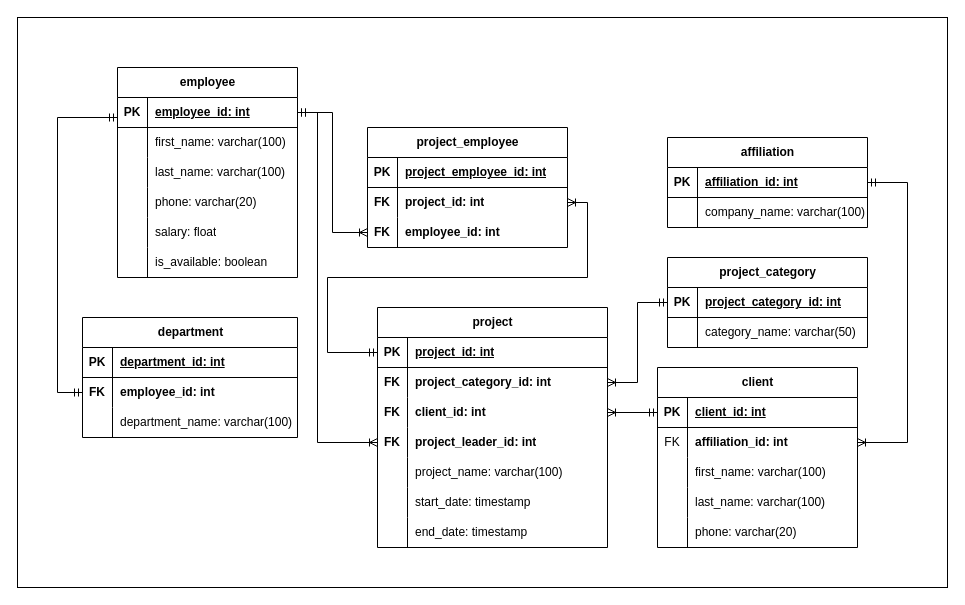
The draw.io diagram erd/pacproject-erd.drawio in blitzkz23/it-consultant-db-design, before the edit. Source tidied: cells renumbered, new cells numbered last; positions are measured from the earlier drawing's top-left corner, leaving out a move shared by most shapes. Both pictures are drawn from the tidied source at 100%, with x=0, y=0 at pixel (17, 17).
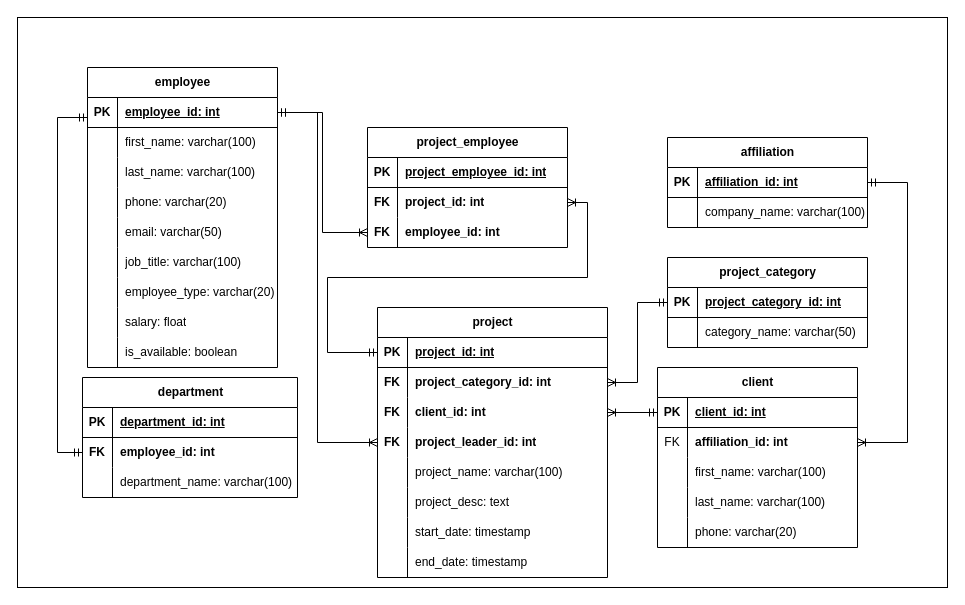
Above is the later version.

Commit message (it also covers changes not shown here):
feat: add more fields to existing table

Unchanged cells that the change refers to:
```xml
<mxCell id="26" style="shape=tableRow;horizontal=0;startSize=0;swimlaneHead=0;swimlaneBody=0;fillColor=none;points=[[0,0.5],[1,0.5]];portConstraint=eastwest;top=0;left=0;right=0;bottom=0;" parent="22" vertex="1">
  <mxGeometry y="60" width="215" height="30" as="geometry" />
</mxCell>
```

Change to the diagram source:
```diff
@@
     <mxCell id="3" value="employee" style="shape=table;startSize=30;childLayout=tableLayout;rowLines=0;fontStyle=1;align=center;html=1;" parent="1" vertex="1">
-      <mxGeometry x="100" y="50" width="180" height="210" as="geometry" />
+      <mxGeometry x="70" y="50" width="190" height="300" as="geometry" />
     </mxCell>
     <mxCell id="4" style="shape=tableRow;horizontal=0;startSize=0;swimlaneHead=0;swimlaneBody=0;fillColor=none;points=[[0,0.5],[1,0.5]];portConstraint=eastwest;top=0;left=0;right=0;bottom=1;" parent="3" vertex="1">
-      <mxGeometry y="30" width="180" height="30" as="geometry" />
+      <mxGeometry y="30" width="190" height="30" as="geometry" />
     </mxCell>
@@
     <mxCell id="6" value="employee_id: int" style="shape=partialRectangle;fillColor=none;top=0;left=0;bottom=0;right=0;align=left;spacingLeft=6;fontStyle=5;overflow=hidden;whiteSpace=wrap;html=1;" parent="4" vertex="1">
-      <mxGeometry x="30" width="150" height="30" as="geometry" />
+      <mxGeometry x="30" width="160" height="30" as="geometry" />
     </mxCell>
     <mxCell id="7" style="shape=tableRow;horizontal=0;startSize=0;swimlaneHead=0;swimlaneBody=0;fillColor=none;top=0;left=0;right=0;bottom=0;" parent="3" vertex="1">
-      <mxGeometry y="60" width="180" height="30" as="geometry" />
+      <mxGeometry y="60" width="190" height="30" as="geometry" />
     </mxCell>
@@
     <mxCell id="9" value="first_name: varchar(100)&lt;span style=&quot;white-space: pre;&quot;&gt; &lt;/span&gt;" style="shape=partialRectangle;fillColor=none;top=0;left=0;bottom=0;right=0;align=left;spacingLeft=6;overflow=hidden;whiteSpace=wrap;html=1;" parent="7" vertex="1">
-      <mxGeometry x="30" width="150" height="30" as="geometry" />
+      <mxGeometry x="30" width="160" height="30" as="geometry" />
     </mxCell>
     <mxCell id="10" style="shape=tableRow;horizontal=0;startSize=0;swimlaneHead=0;swimlaneBody=0;fillColor=none;top=0;left=0;right=0;bottom=0;" parent="3" vertex="1">
-      <mxGeometry y="90" width="180" height="30" as="geometry" />
+      <mxGeometry y="90" width="190" height="30" as="geometry" />
     </mxCell>
@@
     <mxCell id="12" value="last_name: varchar(100)" style="shape=partialRectangle;fillColor=none;top=0;left=0;bottom=0;right=0;align=left;spacingLeft=6;overflow=hidden;whiteSpace=wrap;html=1;" parent="10" vertex="1">
-      <mxGeometry x="30" width="150" height="30" as="geometry" />
+      <mxGeometry x="30" width="160" height="30" as="geometry" />
     </mxCell>
     <mxCell id="13" style="shape=tableRow;horizontal=0;startSize=0;swimlaneHead=0;swimlaneBody=0;fillColor=none;top=0;left=0;right=0;bottom=0;" parent="3" vertex="1">
-      <mxGeometry y="120" width="180" height="30" as="geometry" />
+      <mxGeometry y="120" width="190" height="30" as="geometry" />
     </mxCell>
@@
     <mxCell id="15" value="phone: varchar(20)" style="shape=partialRectangle;fillColor=none;top=0;left=0;bottom=0;right=0;align=left;spacingLeft=6;overflow=hidden;whiteSpace=wrap;html=1;" parent="13" vertex="1">
-      <mxGeometry x="30" width="150" height="30" as="geometry" />
+      <mxGeometry x="30" width="160" height="30" as="geometry" />
     </mxCell>
+    <mxCell id="101" style="shape=tableRow;horizontal=0;startSize=0;swimlaneHead=0;swimlaneBody=0;fillColor=none;top=0;left=0;right=0;bottom=0;" parent="3" vertex="1">
+      <mxGeometry y="150" width="190" height="30" as="geometry" />
+    </mxCell>
+    <mxCell id="102" style="shape=partialRectangle;fillColor=none;top=0;left=0;bottom=0;right=0;overflow=hidden;whiteSpace=wrap;html=1;" parent="101" vertex="1">
+      <mxGeometry width="30" height="30" as="geometry" />
+    </mxCell>
+    <mxCell id="103" value="email: varchar(50)" style="shape=partialRectangle;fillColor=none;top=0;left=0;bottom=0;right=0;align=left;spacingLeft=6;overflow=hidden;whiteSpace=wrap;html=1;" parent="101" vertex="1">
+      <mxGeometry x="30" width="160" height="30" as="geometry" />
+    </mxCell>
+    <mxCell id="104" style="shape=tableRow;horizontal=0;startSize=0;swimlaneHead=0;swimlaneBody=0;fillColor=none;top=0;left=0;right=0;bottom=0;" parent="3" vertex="1">
+      <mxGeometry y="180" width="190" height="30" as="geometry" />
+    </mxCell>
+    <mxCell id="105" style="shape=partialRectangle;fillColor=none;top=0;left=0;bottom=0;right=0;overflow=hidden;whiteSpace=wrap;html=1;" parent="104" vertex="1">
+      <mxGeometry width="30" height="30" as="geometry" />
+    </mxCell>
+    <mxCell id="106" value="job_title: varchar(100)" style="shape=partialRectangle;fillColor=none;top=0;left=0;bottom=0;right=0;align=left;spacingLeft=6;overflow=hidden;whiteSpace=wrap;html=1;" parent="104" vertex="1">
+      <mxGeometry x="30" width="160" height="30" as="geometry" />
+    </mxCell>
+    <mxCell id="107" style="shape=tableRow;horizontal=0;startSize=0;swimlaneHead=0;swimlaneBody=0;fillColor=none;top=0;left=0;right=0;bottom=0;" parent="3" vertex="1">
+      <mxGeometry y="210" width="190" height="30" as="geometry" />
+    </mxCell>
+    <mxCell id="108" style="shape=partialRectangle;fillColor=none;top=0;left=0;bottom=0;right=0;overflow=hidden;whiteSpace=wrap;html=1;" parent="107" vertex="1">
+      <mxGeometry width="30" height="30" as="geometry" />
+    </mxCell>
+    <mxCell id="109" value="employee_type: varchar(20)" style="shape=partialRectangle;fillColor=none;top=0;left=0;bottom=0;right=0;align=left;spacingLeft=6;overflow=hidden;whiteSpace=wrap;html=1;" parent="107" vertex="1">
+      <mxGeometry x="30" width="160" height="30" as="geometry" />
+    </mxCell>
     <mxCell id="16" style="shape=tableRow;horizontal=0;startSize=0;swimlaneHead=0;swimlaneBody=0;fillColor=none;top=0;left=0;right=0;bottom=0;" parent="3" vertex="1">
-      <mxGeometry y="150" width="180" height="30" as="geometry" />
+      <mxGeometry y="240" width="190" height="30" as="geometry" />
     </mxCell>
@@
     <mxCell id="18" value="salary: float" style="shape=partialRectangle;fillColor=none;top=0;left=0;bottom=0;right=0;align=left;spacingLeft=6;overflow=hidden;whiteSpace=wrap;html=1;" parent="16" vertex="1">
-      <mxGeometry x="30" width="150" height="30" as="geometry" />
+      <mxGeometry x="30" width="160" height="30" as="geometry" />
     </mxCell>
     <mxCell id="19" style="shape=tableRow;horizontal=0;startSize=0;swimlaneHead=0;swimlaneBody=0;fillColor=none;top=0;left=0;right=0;bottom=0;" parent="3" vertex="1">
-      <mxGeometry y="180" width="180" height="30" as="geometry" />
+      <mxGeometry y="270" width="190" height="30" as="geometry" />
     </mxCell>
@@
     <mxCell id="21" value="is_available: boolean" style="shape=partialRectangle;fillColor=none;top=0;left=0;bottom=0;right=0;align=left;spacingLeft=6;overflow=hidden;whiteSpace=wrap;html=1;" parent="19" vertex="1">
-      <mxGeometry x="30" width="150" height="30" as="geometry" />
+      <mxGeometry x="30" width="160" height="30" as="geometry" />
     </mxCell>
     <mxCell id="22" value="department" style="shape=table;startSize=30;childLayout=tableLayout;rowLines=0;fontStyle=1;align=center;html=1;" parent="1" vertex="1">
-      <mxGeometry x="65" y="300" width="215" height="120" as="geometry" />
+      <mxGeometry x="65" y="360" width="215" height="120" as="geometry" />
     </mxCell>
@@
     <mxCell id="32" value="project" style="shape=table;startSize=30;childLayout=tableLayout;rowLines=0;fontStyle=1;align=center;html=1;" parent="1" vertex="1">
-      <mxGeometry x="360" y="290" width="230" height="240" as="geometry" />
+      <mxGeometry x="360" y="290" width="230" height="270" as="geometry" />
     </mxCell>
@@
+    <mxCell id="110" style="shape=tableRow;horizontal=0;startSize=0;swimlaneHead=0;swimlaneBody=0;fillColor=none;top=0;left=0;right=0;bottom=0;" parent="32" vertex="1">
+      <mxGeometry y="180" width="230" height="30" as="geometry" />
+    </mxCell>
+    <mxCell id="111" style="shape=partialRectangle;fillColor=none;top=0;left=0;bottom=0;right=0;overflow=hidden;whiteSpace=wrap;html=1;" parent="110" vertex="1">
+      <mxGeometry width="30" height="30" as="geometry" />
+    </mxCell>
+    <mxCell id="112" value="project_desc: text" style="shape=partialRectangle;fillColor=none;top=0;left=0;bottom=0;right=0;align=left;spacingLeft=6;overflow=hidden;whiteSpace=wrap;html=1;" parent="110" vertex="1">
+      <mxGeometry x="30" width="200" height="30" as="geometry" />
+    </mxCell>
     <mxCell id="48" style="shape=tableRow;horizontal=0;startSize=0;swimlaneHead=0;swimlaneBody=0;fillColor=none;top=0;left=0;right=0;bottom=0;" parent="32" vertex="1">
-      <mxGeometry y="180" width="230" height="30" as="geometry" />
+      <mxGeometry y="210" width="230" height="30" as="geometry" />
     </mxCell>
@@
     <mxCell id="51" style="shape=tableRow;horizontal=0;startSize=0;swimlaneHead=0;swimlaneBody=0;fillColor=none;top=0;left=0;right=0;bottom=0;" parent="32" vertex="1">
-      <mxGeometry y="210" width="230" height="30" as="geometry" />
+      <mxGeometry y="240" width="230" height="30" as="geometry" />
     </mxCell>
@@
     <mxCell id="90" style="edgeStyle=orthogonalEdgeStyle;fontSize=12;html=1;endArrow=ERmandOne;startArrow=ERmandOne;rounded=0;entryX=0;entryY=0.5;entryDx=0;entryDy=0;exitX=0;exitY=0.667;exitDx=0;exitDy=0;exitPerimeter=0;" parent="1" edge="1" source="4" target="26">
       <mxGeometry relative="1" as="geometry">
         <Array as="points">
           <mxPoint x="40" y="100" />
-          <mxPoint x="40" y="375" />
+          <mxPoint x="40" y="435" />
         </Array>
       </mxGeometry>
     </mxCell>
```
